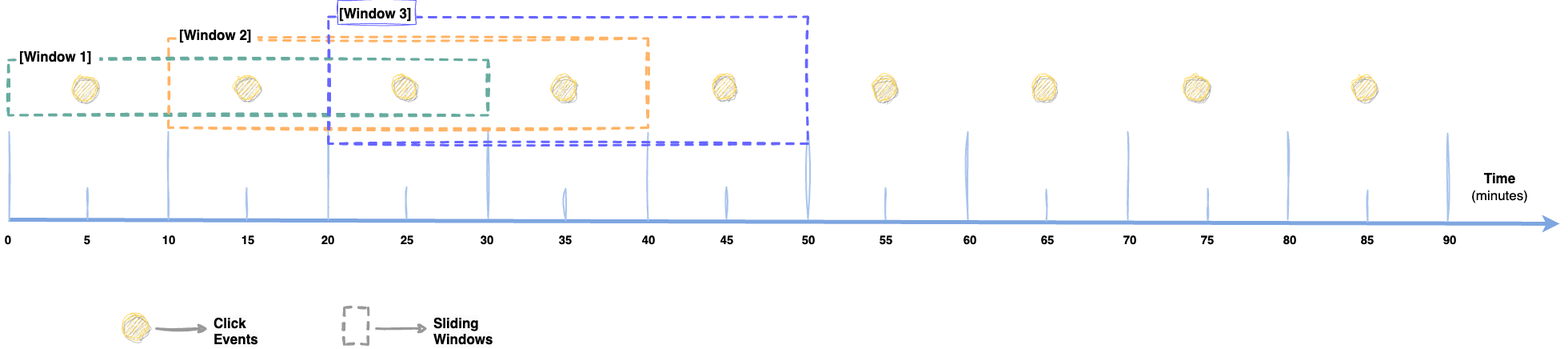
This is assets/images/posts/sliding-windows.png from thoughtfulworks/thoughtfulworks.github.io, a draw.io export, as it was before one commit. Source tidied: cells renumbered, new cells last; positions are measured from the earlier drawing's top-left corner, leaving out a move shared by most shapes. Its diagram source:
```xml
<mxGraphModel>
  <root>
    <mxCell id="0" />
    <mxCell id="1" parent="0" />
    <mxCell id="2" style="rounded=0;whiteSpace=wrap;html=1;strokeColor=#67AB9F;strokeWidth=3;dashed=1;fillColor=none;sketch=1;curveFitting=1;jiggle=2;" parent="1" vertex="1">
      <mxGeometry x="10" y="74.5" width="600" height="69" as="geometry" />
    </mxCell>
    <mxCell id="3" style="endArrow=classic;html=1;rounded=0;strokeWidth=5;strokeColor=#7EA6E0;shadow=0;" parent="1" edge="1">
      <mxGeometry relative="1" as="geometry">
        <mxPoint x="10" y="274" as="sourcePoint" />
        <mxPoint x="1950" y="279" as="targetPoint" />
      </mxGeometry>
    </mxCell>
    <mxCell id="4" style="endArrow=none;html=1;rounded=0;strokeColor=#A9C4EB;strokeWidth=2;sketch=1;curveFitting=1;jiggle=2;" parent="1" edge="1">
      <mxGeometry relative="1" as="geometry">
        <mxPoint x="210" y="274" as="sourcePoint" />
        <mxPoint x="210" y="164" as="targetPoint" />
      </mxGeometry>
    </mxCell>
    <mxCell id="5" style="endArrow=none;html=1;rounded=0;strokeColor=#A9C4EB;strokeWidth=2;sketch=1;curveFitting=1;jiggle=2;" parent="1" edge="1">
      <mxGeometry relative="1" as="geometry">
        <mxPoint x="11" y="275" as="sourcePoint" />
        <mxPoint x="11" y="164" as="targetPoint" />
      </mxGeometry>
    </mxCell>
    <mxCell id="6" style="endArrow=none;html=1;rounded=0;strokeColor=#A9C4EB;strokeWidth=2;sketch=1;curveFitting=1;jiggle=2;" parent="1" edge="1">
      <mxGeometry relative="1" as="geometry">
        <mxPoint x="109" y="274" as="sourcePoint" />
        <mxPoint x="109" y="234" as="targetPoint" />
      </mxGeometry>
    </mxCell>
    <mxCell id="7" style="endArrow=none;html=1;rounded=0;strokeColor=#A9C4EB;strokeWidth=2;sketch=1;curveFitting=1;jiggle=2;" parent="1" edge="1">
      <mxGeometry relative="1" as="geometry">
        <mxPoint x="410" y="274" as="sourcePoint" />
        <mxPoint x="410" y="164" as="targetPoint" />
      </mxGeometry>
    </mxCell>
    <mxCell id="8" style="endArrow=none;html=1;rounded=0;strokeColor=#A9C4EB;strokeWidth=2;sketch=1;curveFitting=1;jiggle=2;" parent="1" edge="1">
      <mxGeometry relative="1" as="geometry">
        <mxPoint x="308" y="274" as="sourcePoint" />
        <mxPoint x="308" y="234" as="targetPoint" />
      </mxGeometry>
    </mxCell>
    <mxCell id="9" style="endArrow=none;html=1;rounded=0;strokeColor=#A9C4EB;strokeWidth=2;sketch=1;curveFitting=1;jiggle=2;" parent="1" edge="1">
      <mxGeometry relative="1" as="geometry">
        <mxPoint x="610" y="272" as="sourcePoint" />
        <mxPoint x="610" y="162" as="targetPoint" />
      </mxGeometry>
    </mxCell>
    <mxCell id="10" style="endArrow=none;html=1;rounded=0;strokeColor=#A9C4EB;strokeWidth=2;sketch=1;curveFitting=1;jiggle=2;" parent="1" edge="1">
      <mxGeometry relative="1" as="geometry">
        <mxPoint x="508" y="273" as="sourcePoint" />
        <mxPoint x="508" y="233" as="targetPoint" />
      </mxGeometry>
    </mxCell>
    <mxCell id="11" style="endArrow=none;html=1;rounded=0;strokeColor=#A9C4EB;strokeWidth=2;sketch=1;curveFitting=1;jiggle=2;" parent="1" edge="1">
      <mxGeometry relative="1" as="geometry">
        <mxPoint x="810" y="275" as="sourcePoint" />
        <mxPoint x="810" y="165" as="targetPoint" />
      </mxGeometry>
    </mxCell>
    <mxCell id="12" style="endArrow=none;html=1;rounded=0;strokeColor=#A9C4EB;strokeWidth=2;sketch=1;curveFitting=1;jiggle=2;" parent="1" edge="1">
      <mxGeometry relative="1" as="geometry">
        <mxPoint x="707" y="275" as="sourcePoint" />
        <mxPoint x="707" y="235" as="targetPoint" />
      </mxGeometry>
    </mxCell>
    <mxCell id="13" value="&lt;font style=&quot;font-size: 15px;&quot;&gt;0&lt;/font&gt;" style="text;strokeColor=none;align=center;fillColor=none;html=1;verticalAlign=middle;whiteSpace=wrap;rounded=0;fontStyle=1;fontSize=15;sketch=1;curveFitting=1;jiggle=2;" parent="1" vertex="1">
      <mxGeometry y="289" width="20" height="20" as="geometry" />
    </mxCell>
    <mxCell id="14" value="&lt;font style=&quot;font-size: 15px;&quot;&gt;10&lt;/font&gt;" style="text;strokeColor=none;align=center;fillColor=none;html=1;verticalAlign=middle;whiteSpace=wrap;rounded=0;fontStyle=1;fontSize=15;sketch=1;curveFitting=1;jiggle=2;" parent="1" vertex="1">
      <mxGeometry x="201" y="289" width="20" height="20" as="geometry" />
    </mxCell>
    <mxCell id="15" value="&lt;font style=&quot;font-size: 15px;&quot;&gt;20&lt;/font&gt;" style="text;strokeColor=none;align=center;fillColor=none;html=1;verticalAlign=middle;whiteSpace=wrap;rounded=0;fontStyle=1;fontSize=15;sketch=1;curveFitting=1;jiggle=2;" parent="1" vertex="1">
      <mxGeometry x="400" y="289" width="20" height="20" as="geometry" />
    </mxCell>
    <mxCell id="16" value="&lt;font style=&quot;font-size: 15px;&quot;&gt;30&lt;/font&gt;" style="text;strokeColor=none;align=center;fillColor=none;html=1;verticalAlign=middle;whiteSpace=wrap;rounded=0;fontStyle=1;fontSize=15;sketch=1;curveFitting=1;jiggle=2;" parent="1" vertex="1">
      <mxGeometry x="599" y="289" width="20" height="20" as="geometry" />
    </mxCell>
    <mxCell id="17" value="&lt;font style=&quot;font-size: 15px;&quot;&gt;50&lt;/font&gt;" style="text;strokeColor=none;align=center;fillColor=none;html=1;verticalAlign=middle;whiteSpace=wrap;rounded=0;fontStyle=1;fontSize=15;sketch=1;curveFitting=1;jiggle=2;" parent="1" vertex="1">
      <mxGeometry x="1001" y="289" width="20" height="20" as="geometry" />
    </mxCell>
    <mxCell id="18" value="&lt;font style=&quot;font-size: 15px;&quot;&gt;60&lt;/font&gt;" style="text;strokeColor=none;align=center;fillColor=none;html=1;verticalAlign=middle;whiteSpace=wrap;rounded=0;fontStyle=1;fontSize=15;sketch=1;curveFitting=1;jiggle=2;" parent="1" vertex="1">
      <mxGeometry x="1203" y="289" width="20" height="20" as="geometry" />
    </mxCell>
    <mxCell id="19" style="endArrow=none;html=1;rounded=0;strokeColor=#A9C4EB;strokeWidth=2;sketch=1;curveFitting=1;jiggle=2;" parent="1" edge="1">
      <mxGeometry relative="1" as="geometry">
        <mxPoint x="908" y="273" as="sourcePoint" />
        <mxPoint x="908" y="233" as="targetPoint" />
      </mxGeometry>
    </mxCell>
    <mxCell id="20" style="endArrow=none;html=1;rounded=0;strokeColor=#A9C4EB;strokeWidth=2;sketch=1;curveFitting=1;jiggle=2;" parent="1" edge="1">
      <mxGeometry relative="1" as="geometry">
        <mxPoint x="1010" y="273" as="sourcePoint" />
        <mxPoint x="1010" y="163" as="targetPoint" />
      </mxGeometry>
    </mxCell>
    <mxCell id="21" style="endArrow=none;html=1;rounded=0;strokeColor=#A9C4EB;strokeWidth=2;sketch=1;curveFitting=1;jiggle=2;" parent="1" edge="1">
      <mxGeometry relative="1" as="geometry">
        <mxPoint x="1107" y="274" as="sourcePoint" />
        <mxPoint x="1107" y="234" as="targetPoint" />
      </mxGeometry>
    </mxCell>
    <mxCell id="22" style="endArrow=none;html=1;rounded=0;strokeColor=#A9C4EB;strokeWidth=2;sketch=1;curveFitting=1;jiggle=2;" parent="1" edge="1">
      <mxGeometry relative="1" as="geometry">
        <mxPoint x="1210" y="274" as="sourcePoint" />
        <mxPoint x="1210" y="164" as="targetPoint" />
      </mxGeometry>
    </mxCell>
    <mxCell id="23" value="&lt;font style=&quot;font-size: 15px;&quot;&gt;40&lt;/font&gt;" style="text;strokeColor=none;align=center;fillColor=none;html=1;verticalAlign=middle;whiteSpace=wrap;rounded=0;fontStyle=1;fontSize=15;sketch=1;curveFitting=1;jiggle=2;" parent="1" vertex="1">
      <mxGeometry x="801" y="289" width="20" height="20" as="geometry" />
    </mxCell>
    <mxCell id="24" style="rounded=0;whiteSpace=wrap;html=1;strokeColor=#999999;strokeWidth=3;dashed=1;fillColor=none;sketch=1;curveFitting=1;jiggle=2;" parent="1" vertex="1">
      <mxGeometry x="430" y="384" width="30" height="46" as="geometry" />
    </mxCell>
    <mxCell id="25" style="endArrow=classic;html=1;rounded=0;strokeWidth=3;strokeColor=#999999;sketch=1;curveFitting=1;jiggle=2;" parent="1" edge="1">
      <mxGeometry relative="1" as="geometry">
        <mxPoint x="470" y="410" as="sourcePoint" />
        <mxPoint x="535" y="410" as="targetPoint" />
      </mxGeometry>
    </mxCell>
    <mxCell id="26" value="&lt;span style=&quot;color: rgb(0, 0, 0); font-family: Helvetica; font-size: 17px; font-style: normal; font-variant-ligatures: normal; font-variant-caps: normal; font-weight: 700; letter-spacing: normal; orphans: 2; text-align: center; text-indent: 0px; text-transform: none; widows: 2; word-spacing: 0px; -webkit-text-stroke-width: 0px; background-color: rgb(251, 251, 251); text-decoration-thickness: initial; text-decoration-style: initial; text-decoration-color: initial; float: none; display: inline !important;&quot;&gt;Sliding Windows&lt;/span&gt;" style="text;whiteSpace=wrap;html=1;sketch=1;curveFitting=1;jiggle=2;" parent="1" vertex="1">
      <mxGeometry x="540" y="387" width="70" height="40" as="geometry" />
    </mxCell>
    <mxCell id="27" style="ellipse;whiteSpace=wrap;html=1;strokeColor=#FFD966;fillColor=#FFD966;shadow=1;fontColor=#4D4D4D;fontStyle=1;fontSize=14;sketch=1;curveFitting=1;jiggle=2;" parent="1" vertex="1">
      <mxGeometry x="154" y="392" width="30" height="30" as="geometry" />
    </mxCell>
    <mxCell id="28" style="endArrow=classic;html=1;rounded=0;strokeWidth=3;strokeColor=#999999;sketch=1;curveFitting=1;jiggle=2;" parent="1" edge="1">
      <mxGeometry relative="1" as="geometry">
        <mxPoint x="195" y="410" as="sourcePoint" />
        <mxPoint x="260" y="410" as="targetPoint" />
      </mxGeometry>
    </mxCell>
    <mxCell id="29" value="&lt;span style=&quot;color: rgb(0, 0, 0); font-family: Helvetica; font-size: 17px; font-style: normal; font-variant-ligatures: normal; font-variant-caps: normal; font-weight: 700; letter-spacing: normal; orphans: 2; text-indent: 0px; text-transform: none; widows: 2; word-spacing: 0px; -webkit-text-stroke-width: 0px; background-color: rgb(251, 251, 251); text-decoration-thickness: initial; text-decoration-style: initial; text-decoration-color: initial; float: none; display: inline !important;&quot;&gt;Click Events&lt;/span&gt;" style="text;whiteSpace=wrap;html=1;sketch=1;curveFitting=1;jiggle=2;align=left;" parent="1" vertex="1">
      <mxGeometry x="265" y="387" width="85" height="40" as="geometry" />
    </mxCell>
    <mxCell id="30" value="&lt;font style=&quot;font-size: 15px;&quot;&gt;70&lt;/font&gt;" style="text;strokeColor=none;align=center;fillColor=none;html=1;verticalAlign=middle;whiteSpace=wrap;rounded=0;fontStyle=1;fontSize=15;sketch=1;curveFitting=1;jiggle=2;" parent="1" vertex="1">
      <mxGeometry x="1403" y="289" width="20" height="20" as="geometry" />
    </mxCell>
    <mxCell id="31" style="endArrow=none;html=1;rounded=0;strokeColor=#A9C4EB;strokeWidth=2;sketch=1;curveFitting=1;jiggle=2;" parent="1" edge="1">
      <mxGeometry relative="1" as="geometry">
        <mxPoint x="1308" y="276" as="sourcePoint" />
        <mxPoint x="1308" y="236" as="targetPoint" />
      </mxGeometry>
    </mxCell>
    <mxCell id="32" style="endArrow=none;html=1;rounded=0;strokeColor=#A9C4EB;strokeWidth=2;sketch=1;curveFitting=1;jiggle=2;" parent="1" edge="1">
      <mxGeometry relative="1" as="geometry">
        <mxPoint x="1410" y="274" as="sourcePoint" />
        <mxPoint x="1410" y="164" as="targetPoint" />
      </mxGeometry>
    </mxCell>
    <mxCell id="33" value="&lt;font style=&quot;font-size: 15px;&quot;&gt;80&lt;/font&gt;" style="text;strokeColor=none;align=center;fillColor=none;html=1;verticalAlign=middle;whiteSpace=wrap;rounded=0;fontStyle=1;fontSize=15;sketch=1;curveFitting=1;jiggle=2;" parent="1" vertex="1">
      <mxGeometry x="1603" y="289" width="20" height="20" as="geometry" />
    </mxCell>
    <mxCell id="34" style="endArrow=none;html=1;rounded=0;strokeColor=#A9C4EB;strokeWidth=2;sketch=1;curveFitting=1;jiggle=2;" parent="1" edge="1">
      <mxGeometry relative="1" as="geometry">
        <mxPoint x="1510" y="275" as="sourcePoint" />
        <mxPoint x="1510" y="235" as="targetPoint" />
      </mxGeometry>
    </mxCell>
    <mxCell id="35" style="endArrow=none;html=1;rounded=0;strokeColor=#A9C4EB;strokeWidth=2;sketch=1;curveFitting=1;jiggle=2;" parent="1" edge="1">
      <mxGeometry relative="1" as="geometry">
        <mxPoint x="1610" y="274" as="sourcePoint" />
        <mxPoint x="1610" y="164" as="targetPoint" />
      </mxGeometry>
    </mxCell>
    <mxCell id="36" value="&lt;font style=&quot;font-size: 15px;&quot;&gt;90&lt;/font&gt;" style="text;strokeColor=none;align=center;fillColor=none;html=1;verticalAlign=middle;whiteSpace=wrap;rounded=0;fontStyle=1;fontSize=15;sketch=1;curveFitting=1;jiggle=2;" parent="1" vertex="1">
      <mxGeometry x="1803" y="289" width="20" height="20" as="geometry" />
    </mxCell>
    <mxCell id="37" style="endArrow=none;html=1;rounded=0;strokeColor=#A9C4EB;strokeWidth=2;sketch=1;curveFitting=1;jiggle=2;" parent="1" edge="1">
      <mxGeometry relative="1" as="geometry">
        <mxPoint x="1710" y="277" as="sourcePoint" />
        <mxPoint x="1710" y="237" as="targetPoint" />
      </mxGeometry>
    </mxCell>
    <mxCell id="38" style="endArrow=none;html=1;rounded=0;strokeColor=#A9C4EB;strokeWidth=2;sketch=1;curveFitting=1;jiggle=2;" parent="1" edge="1">
      <mxGeometry relative="1" as="geometry">
        <mxPoint x="1810" y="276" as="sourcePoint" />
        <mxPoint x="1810" y="166" as="targetPoint" />
      </mxGeometry>
    </mxCell>
    <mxCell id="39" style="ellipse;whiteSpace=wrap;html=1;strokeColor=#FFD966;fillColor=#FFD966;shadow=1;fontColor=#4D4D4D;fontStyle=1;fontSize=14;sketch=1;curveFitting=1;jiggle=2;" parent="1" vertex="1">
      <mxGeometry x="90" y="94" width="30" height="30" as="geometry" />
    </mxCell>
    <mxCell id="40" style="ellipse;whiteSpace=wrap;html=1;strokeColor=#FFD966;fillColor=#FFD966;shadow=1;fontColor=#4D4D4D;fontStyle=1;fontSize=14;sketch=1;curveFitting=1;jiggle=2;" parent="1" vertex="1">
      <mxGeometry x="292.5" y="94" width="30" height="30" as="geometry" />
    </mxCell>
    <mxCell id="41" value="Time &lt;br style=&quot;font-size: 17px;&quot;&gt;&lt;span style=&quot;font-weight: normal; font-size: 17px;&quot;&gt;(minutes)&lt;/span&gt;" style="text;html=1;align=center;verticalAlign=middle;strokeColor=none;fillColor=none;fontSize=17;fontStyle=1;sketch=1;curveFitting=1;jiggle=2;" parent="1" vertex="1">
      <mxGeometry x="1830" y="208" width="90" height="50" as="geometry" />
    </mxCell>
    <mxCell id="42" style="ellipse;whiteSpace=wrap;html=1;strokeColor=#FFD966;fillColor=#FFD966;shadow=1;fontColor=#4D4D4D;fontStyle=1;fontSize=14;sketch=1;curveFitting=1;jiggle=2;" parent="1" vertex="1">
      <mxGeometry x="490" y="94" width="30" height="30" as="geometry" />
    </mxCell>
    <mxCell id="43" style="ellipse;whiteSpace=wrap;html=1;strokeColor=#FFD966;fillColor=#FFD966;shadow=1;fontColor=#4D4D4D;fontStyle=1;fontSize=14;sketch=1;curveFitting=1;jiggle=2;" parent="1" vertex="1">
      <mxGeometry x="690" y="94" width="30" height="30" as="geometry" />
    </mxCell>
    <mxCell id="44" style="ellipse;whiteSpace=wrap;html=1;strokeColor=#FFD966;fillColor=#FFD966;shadow=1;fontColor=#4D4D4D;fontStyle=1;fontSize=14;sketch=1;curveFitting=1;jiggle=2;" parent="1" vertex="1">
      <mxGeometry x="1090" y="94" width="30" height="30" as="geometry" />
    </mxCell>
    <mxCell id="45" style="ellipse;whiteSpace=wrap;html=1;strokeColor=#FFD966;fillColor=#FFD966;shadow=1;fontColor=#4D4D4D;fontStyle=1;fontSize=14;sketch=1;curveFitting=1;jiggle=2;" parent="1" vertex="1">
      <mxGeometry x="890" y="94" width="30" height="30" as="geometry" />
    </mxCell>
    <mxCell id="46" style="ellipse;whiteSpace=wrap;html=1;strokeColor=#FFD966;fillColor=#FFD966;shadow=1;fontColor=#4D4D4D;fontStyle=1;fontSize=14;sketch=1;curveFitting=1;jiggle=2;" parent="1" vertex="1">
      <mxGeometry x="1290" y="94" width="30" height="30" as="geometry" />
    </mxCell>
    <mxCell id="47" style="ellipse;whiteSpace=wrap;html=1;strokeColor=#FFD966;fillColor=#FFD966;shadow=1;fontColor=#4D4D4D;fontStyle=1;fontSize=14;sketch=1;curveFitting=1;jiggle=2;" parent="1" vertex="1">
      <mxGeometry x="1480" y="94" width="30" height="30" as="geometry" />
    </mxCell>
    <mxCell id="48" style="ellipse;whiteSpace=wrap;html=1;strokeColor=#FFD966;fillColor=#FFD966;shadow=1;fontColor=#4D4D4D;fontStyle=1;fontSize=14;sketch=1;curveFitting=1;jiggle=2;" parent="1" vertex="1">
      <mxGeometry x="1690" y="94" width="30" height="30" as="geometry" />
    </mxCell>
    <mxCell id="49" value="&lt;font style=&quot;font-size: 15px;&quot;&gt;5&lt;/font&gt;" style="text;strokeColor=none;align=center;fillColor=none;html=1;verticalAlign=middle;whiteSpace=wrap;rounded=0;fontStyle=1;fontSize=15;sketch=1;curveFitting=1;jiggle=2;" parent="1" vertex="1">
      <mxGeometry x="99" y="289" width="20" height="20" as="geometry" />
    </mxCell>
    <mxCell id="50" value="&lt;font style=&quot;font-size: 15px;&quot;&gt;15&lt;/font&gt;" style="text;strokeColor=none;align=center;fillColor=none;html=1;verticalAlign=middle;whiteSpace=wrap;rounded=0;fontStyle=1;fontSize=15;sketch=1;curveFitting=1;jiggle=2;" parent="1" vertex="1">
      <mxGeometry x="300" y="289" width="20" height="20" as="geometry" />
    </mxCell>
    <mxCell id="51" value="&lt;font style=&quot;font-size: 15px;&quot;&gt;25&lt;/font&gt;" style="text;strokeColor=none;align=center;fillColor=none;html=1;verticalAlign=middle;whiteSpace=wrap;rounded=0;fontStyle=1;fontSize=15;sketch=1;curveFitting=1;jiggle=2;" parent="1" vertex="1">
      <mxGeometry x="499" y="289" width="20" height="20" as="geometry" />
    </mxCell>
    <mxCell id="52" value="&lt;font style=&quot;font-size: 15px;&quot;&gt;35&lt;/font&gt;" style="text;strokeColor=none;align=center;fillColor=none;html=1;verticalAlign=middle;whiteSpace=wrap;rounded=0;fontStyle=1;fontSize=15;sketch=1;curveFitting=1;jiggle=2;" parent="1" vertex="1">
      <mxGeometry x="697" y="289" width="20" height="20" as="geometry" />
    </mxCell>
    <mxCell id="53" value="&lt;font style=&quot;font-size: 15px;&quot;&gt;45&lt;/font&gt;" style="text;strokeColor=none;align=center;fillColor=none;html=1;verticalAlign=middle;whiteSpace=wrap;rounded=0;fontStyle=1;fontSize=15;sketch=1;curveFitting=1;jiggle=2;" parent="1" vertex="1">
      <mxGeometry x="899" y="289" width="20" height="20" as="geometry" />
    </mxCell>
    <mxCell id="54" value="&lt;font style=&quot;font-size: 15px;&quot;&gt;55&lt;/font&gt;" style="text;strokeColor=none;align=center;fillColor=none;html=1;verticalAlign=middle;whiteSpace=wrap;rounded=0;fontStyle=1;fontSize=15;sketch=1;curveFitting=1;jiggle=2;" parent="1" vertex="1">
      <mxGeometry x="1098" y="289" width="20" height="20" as="geometry" />
    </mxCell>
    <mxCell id="55" value="&lt;font style=&quot;font-size: 15px;&quot;&gt;65&lt;/font&gt;" style="text;strokeColor=none;align=center;fillColor=none;html=1;verticalAlign=middle;whiteSpace=wrap;rounded=0;fontStyle=1;fontSize=15;sketch=1;curveFitting=1;jiggle=2;" parent="1" vertex="1">
      <mxGeometry x="1300" y="289" width="20" height="20" as="geometry" />
    </mxCell>
    <mxCell id="56" value="&lt;font style=&quot;font-size: 15px;&quot;&gt;75&lt;/font&gt;" style="text;strokeColor=none;align=center;fillColor=none;html=1;verticalAlign=middle;whiteSpace=wrap;rounded=0;fontStyle=1;fontSize=15;sketch=1;curveFitting=1;jiggle=2;" parent="1" vertex="1">
      <mxGeometry x="1500" y="289" width="20" height="20" as="geometry" />
    </mxCell>
    <mxCell id="57" value="&lt;font style=&quot;font-size: 15px;&quot;&gt;85&lt;/font&gt;" style="text;strokeColor=none;align=center;fillColor=none;html=1;verticalAlign=middle;whiteSpace=wrap;rounded=0;fontStyle=1;fontSize=15;sketch=1;curveFitting=1;jiggle=2;" parent="1" vertex="1">
      <mxGeometry x="1700" y="289" width="20" height="20" as="geometry" />
    </mxCell>
    <mxCell id="58" value="&lt;span style=&quot;font-size: 17px;&quot;&gt;&lt;b&gt;[Window 1]&lt;/b&gt;&lt;/span&gt;" style="text;whiteSpace=wrap;html=1;sketch=1;curveFitting=1;jiggle=2;align=left;fillColor=default;" parent="1" vertex="1">
      <mxGeometry x="22" y="54" width="98" height="30" as="geometry" />
    </mxCell>
    <mxCell id="59" style="rounded=0;whiteSpace=wrap;html=1;strokeColor=#FFB366;strokeWidth=3;dashed=1;fillColor=none;sketch=1;curveFitting=1;jiggle=2;" parent="1" vertex="1">
      <mxGeometry x="210" y="47.5" width="600" height="111.5" as="geometry" />
    </mxCell>
    <mxCell id="60" value="&lt;span style=&quot;font-size: 17px;&quot;&gt;&lt;b&gt;[Window 2]&lt;/b&gt;&lt;/span&gt;" style="text;whiteSpace=wrap;html=1;sketch=1;curveFitting=1;jiggle=2;align=left;fillColor=default;" parent="1" vertex="1">
      <mxGeometry x="222" y="27" width="98" height="30" as="geometry" />
    </mxCell>
    <mxCell id="61" style="rounded=0;whiteSpace=wrap;html=1;strokeColor=#6666FF;strokeWidth=3;dashed=1;fillColor=none;sketch=1;curveFitting=1;jiggle=2;" parent="1" vertex="1">
      <mxGeometry x="410" y="20.5" width="600" height="158.5" as="geometry" />
    </mxCell>
    <mxCell id="62" value="&lt;span style=&quot;font-size: 17px;&quot;&gt;&lt;b&gt;[Window 3]&lt;/b&gt;&lt;/span&gt;" style="text;whiteSpace=wrap;html=1;sketch=1;curveFitting=1;jiggle=2;align=left;fillColor=default;strokeColor=#6666FF;" parent="1" vertex="1">
      <mxGeometry x="422" width="98" height="30" as="geometry" />
    </mxCell>
  </root>
</mxGraphModel>
```
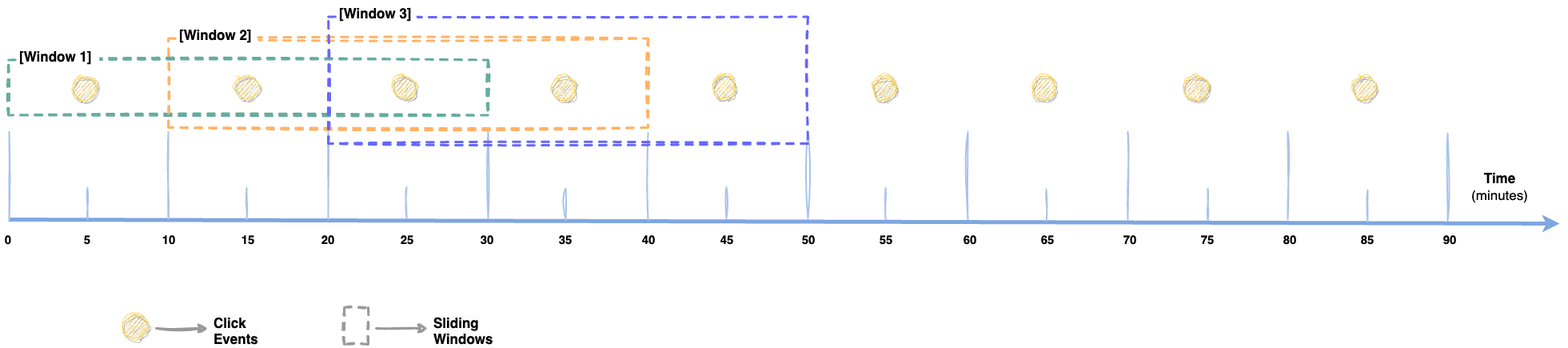
The same file after the commit.

Diff of the diagram source:
```diff
@@ -248,7 +248,7 @@
     <mxCell id="61" style="rounded=0;whiteSpace=wrap;html=1;strokeColor=#6666FF;strokeWidth=3;dashed=1;fillColor=none;sketch=1;curveFitting=1;jiggle=2;" parent="1" vertex="1">
       <mxGeometry x="410" y="20.5" width="600" height="158.5" as="geometry" />
     </mxCell>
-    <mxCell id="62" value="&lt;span style=&quot;font-size: 17px;&quot;&gt;&lt;b&gt;[Window 3]&lt;/b&gt;&lt;/span&gt;" style="text;whiteSpace=wrap;html=1;sketch=1;curveFitting=1;jiggle=2;align=left;fillColor=default;strokeColor=#6666FF;" parent="1" vertex="1">
+    <mxCell id="62" value="&lt;span style=&quot;font-size: 17px;&quot;&gt;&lt;b&gt;[Window 3]&lt;/b&gt;&lt;/span&gt;" style="text;whiteSpace=wrap;html=1;sketch=1;curveFitting=1;jiggle=2;align=left;fillColor=default;strokeColor=none;" parent="1" vertex="1">
       <mxGeometry x="422" width="98" height="30" as="geometry" />
     </mxCell>
   </root>
```
